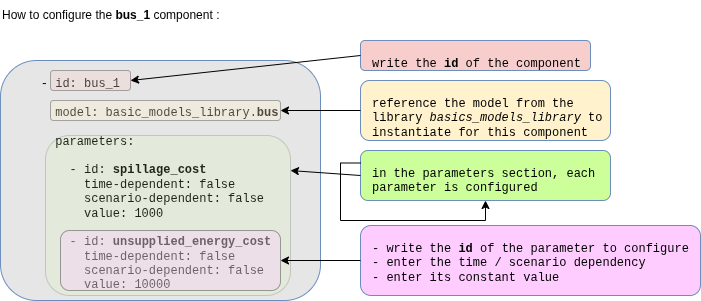
Above: doc/assets/2_QSE_Adequacy_system_only_one.png in AntaresSimulatorTeam/GEMS (draw.io), before the change. Source tidied: cells renumbered, new cells last; positions are measured from the earlier drawing's top-left corner, leaving out a move shared by most shapes. Its diagram source:
```xml
<mxGraphModel math="1">
  <root>
    <mxCell id="0" />
    <mxCell id="1" parent="0" />
    <mxCell id="2" value="&lt;div&gt;&amp;nbsp; &amp;nbsp; - id: bus_1&lt;/div&gt;&lt;div&gt;&lt;br&gt;&lt;/div&gt;&lt;div&gt;&amp;nbsp; &amp;nbsp; &amp;nbsp; model: basic_models_library.&lt;b&gt;bus&lt;/b&gt;&lt;/div&gt;&lt;div&gt;&lt;b&gt;&lt;br&gt;&lt;/b&gt;&lt;/div&gt;&lt;div&gt;&amp;nbsp; &amp;nbsp; &amp;nbsp; parameters:&lt;/div&gt;&lt;div&gt;&lt;br&gt;&lt;/div&gt;&lt;div&gt;&amp;nbsp; &amp;nbsp; &amp;nbsp; &amp;nbsp; - id: &lt;b&gt;spillage_cost&lt;/b&gt;&lt;/div&gt;&lt;div&gt;&amp;nbsp; &amp;nbsp; &amp;nbsp; &amp;nbsp; &amp;nbsp; time-dependent: false&lt;/div&gt;&lt;div&gt;&amp;nbsp; &amp;nbsp; &amp;nbsp; &amp;nbsp; &amp;nbsp; scenario-dependent: false&lt;/div&gt;&lt;div&gt;&amp;nbsp; &amp;nbsp; &amp;nbsp; &amp;nbsp; &amp;nbsp; value: 1000&lt;/div&gt;&lt;div&gt;&lt;br&gt;&lt;/div&gt;&lt;div&gt;&amp;nbsp; &amp;nbsp; &amp;nbsp; &amp;nbsp; - id: &lt;b&gt;unsupplied_energy_cost&lt;/b&gt;&lt;/div&gt;&lt;div&gt;&amp;nbsp; &amp;nbsp; &amp;nbsp; &amp;nbsp; &amp;nbsp; time-dependent: false&lt;/div&gt;&lt;div&gt;&amp;nbsp; &amp;nbsp; &amp;nbsp; &amp;nbsp; &amp;nbsp; scenario-dependent: false&lt;/div&gt;&lt;div&gt;&amp;nbsp; &amp;nbsp; &amp;nbsp; &amp;nbsp; &amp;nbsp; value: 10000&lt;/div&gt;" style="rounded=1;whiteSpace=wrap;html=1;fillColor=#E6E6E6;strokeColor=#6c8ebf;align=left;verticalAlign=top;fontFamily=Courier New;fontSize=12;spacingLeft=10;spacingTop=10;" parent="1" vertex="1">
      <mxGeometry y="60" width="320" height="240" as="geometry" />
    </mxCell>
    <mxCell id="3" value="write the &lt;b&gt;id&lt;/b&gt;&amp;nbsp;of the component" style="rounded=1;whiteSpace=wrap;html=1;fillColor=#F8CECC;strokeColor=#6c8ebf;align=left;verticalAlign=top;fontFamily=Courier New;fontSize=12;spacingLeft=10;spacingTop=10;" parent="1" vertex="1">
      <mxGeometry x="360" y="40" width="230" height="30" as="geometry" />
    </mxCell>
    <mxCell id="4" value="reference the model from the library &lt;i&gt;basics_models_library&lt;/i&gt; to instantiate for this component" style="rounded=1;whiteSpace=wrap;html=1;fillColor=#FFF2CC;strokeColor=#6c8ebf;align=left;verticalAlign=top;fontFamily=Courier New;fontSize=12;spacingLeft=10;spacingTop=10;" parent="1" vertex="1">
      <mxGeometry x="360" y="80" width="250" height="60" as="geometry" />
    </mxCell>
    <mxCell id="5" style="rounded=1;whiteSpace=wrap;html=1;opacity=30;fillColor=#F8CECC;" parent="1" vertex="1">
      <mxGeometry x="50" y="70" width="80" height="20" as="geometry" />
    </mxCell>
    <mxCell id="6" style="rounded=1;whiteSpace=wrap;html=1;opacity=30;fillColor=#FFF2CC;" parent="1" vertex="1">
      <mxGeometry x="50" y="100" width="230" height="20" as="geometry" />
    </mxCell>
    <mxCell id="7" value="in the parameters section, each parameter is configured" style="rounded=1;whiteSpace=wrap;html=1;fillColor=#CCFF99;strokeColor=#6c8ebf;align=left;verticalAlign=top;fontFamily=Courier New;fontSize=12;spacingLeft=10;spacingTop=10;" parent="1" vertex="1">
      <mxGeometry x="360" y="150" width="250" height="50" as="geometry" />
    </mxCell>
    <mxCell id="8" style="rounded=1;whiteSpace=wrap;html=1;opacity=15;fillColor=#CCFF99;" parent="1" vertex="1">
      <mxGeometry x="45" y="135" width="245" height="160" as="geometry" />
    </mxCell>
    <mxCell id="9" value="- write the &lt;b&gt;id&lt;/b&gt; of the parameter to configure&lt;div&gt;&lt;div&gt;&lt;div&gt;&lt;div&gt;- enter the time / scenario dependency&lt;/div&gt;&lt;/div&gt;&lt;/div&gt;&lt;/div&gt;&lt;div&gt;- enter its constant value&lt;/div&gt;" style="rounded=1;whiteSpace=wrap;html=1;fillColor=#FFCCFF;strokeColor=#6c8ebf;align=left;verticalAlign=top;fontFamily=Courier New;fontSize=12;spacingLeft=10;spacingTop=10;" parent="1" vertex="1">
      <mxGeometry x="360" y="225" width="340" height="70" as="geometry" />
    </mxCell>
    <mxCell id="10" style="rounded=1;whiteSpace=wrap;html=1;opacity=35;fillColor=#FFCCFF;" parent="1" vertex="1">
      <mxGeometry x="60" y="230" width="220" height="60" as="geometry" />
    </mxCell>
    <mxCell id="11" style="endArrow=classic;html=1;rounded=0;exitX=0;exitY=0.5;exitDx=0;exitDy=0;entryX=1;entryY=0.5;entryDx=0;entryDy=0;" parent="1" edge="1" source="3" target="5">
      <mxGeometry relative="1" as="geometry" />
    </mxCell>
    <mxCell id="12" style="endArrow=classic;html=1;rounded=0;exitX=0;exitY=0.5;exitDx=0;exitDy=0;entryX=1;entryY=0.5;entryDx=0;entryDy=0;" parent="1" edge="1" source="4" target="6">
      <mxGeometry relative="1" as="geometry" />
    </mxCell>
    <mxCell id="13" style="endArrow=classic;html=1;rounded=0;exitX=0;exitY=0.5;exitDx=0;exitDy=0;entryX=1;entryY=0.219;entryDx=0;entryDy=0;entryPerimeter=0;" parent="1" edge="1" source="7" target="8">
      <mxGeometry relative="1" as="geometry" />
    </mxCell>
    <mxCell id="14" style="endArrow=classic;html=1;rounded=0;exitX=0;exitY=0.5;exitDx=0;exitDy=0;entryX=1;entryY=0.5;entryDx=0;entryDy=0;" parent="1" edge="1" source="9" target="10">
      <mxGeometry relative="1" as="geometry" />
    </mxCell>
    <mxCell id="15" value="How to configure the&amp;nbsp;&lt;b&gt;bus_1&lt;/b&gt; component :" style="text;html=1;whiteSpace=wrap;strokeColor=none;fillColor=none;align=left;verticalAlign=middle;rounded=0;" parent="1" vertex="1">
      <mxGeometry width="285" height="30" as="geometry" />
    </mxCell>
    <mxCell id="16" style="edgeStyle=orthogonalEdgeStyle;rounded=0;orthogonalLoop=1;jettySize=auto;html=1;exitX=0;exitY=0.25;exitDx=0;exitDy=0;" parent="1" edge="1" source="7" target="7">
      <mxGeometry relative="1" as="geometry" />
    </mxCell>
  </root>
</mxGraphModel>
```
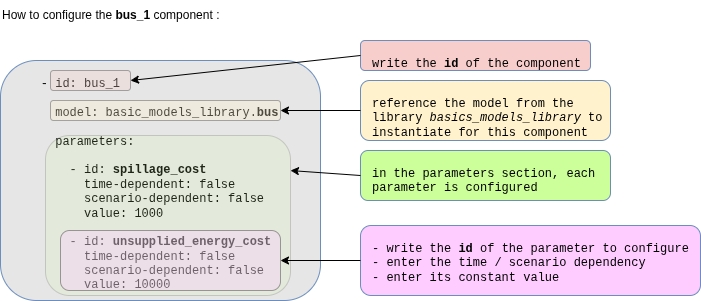
After the change.

Commit message:
Correct diagram

Change to the diagram source:
```diff
@@ -44,8 +44,5 @@
     <mxCell id="15" value="How to configure the&amp;nbsp;&lt;b&gt;bus_1&lt;/b&gt; component :" style="text;html=1;whiteSpace=wrap;strokeColor=none;fillColor=none;align=left;verticalAlign=middle;rounded=0;" parent="1" vertex="1">
       <mxGeometry width="285" height="30" as="geometry" />
     </mxCell>
-    <mxCell id="16" style="edgeStyle=orthogonalEdgeStyle;rounded=0;orthogonalLoop=1;jettySize=auto;html=1;exitX=0;exitY=0.25;exitDx=0;exitDy=0;" parent="1" edge="1" source="7" target="7">
-      <mxGeometry relative="1" as="geometry" />
-    </mxCell>
   </root>
 </mxGraphModel>
```
